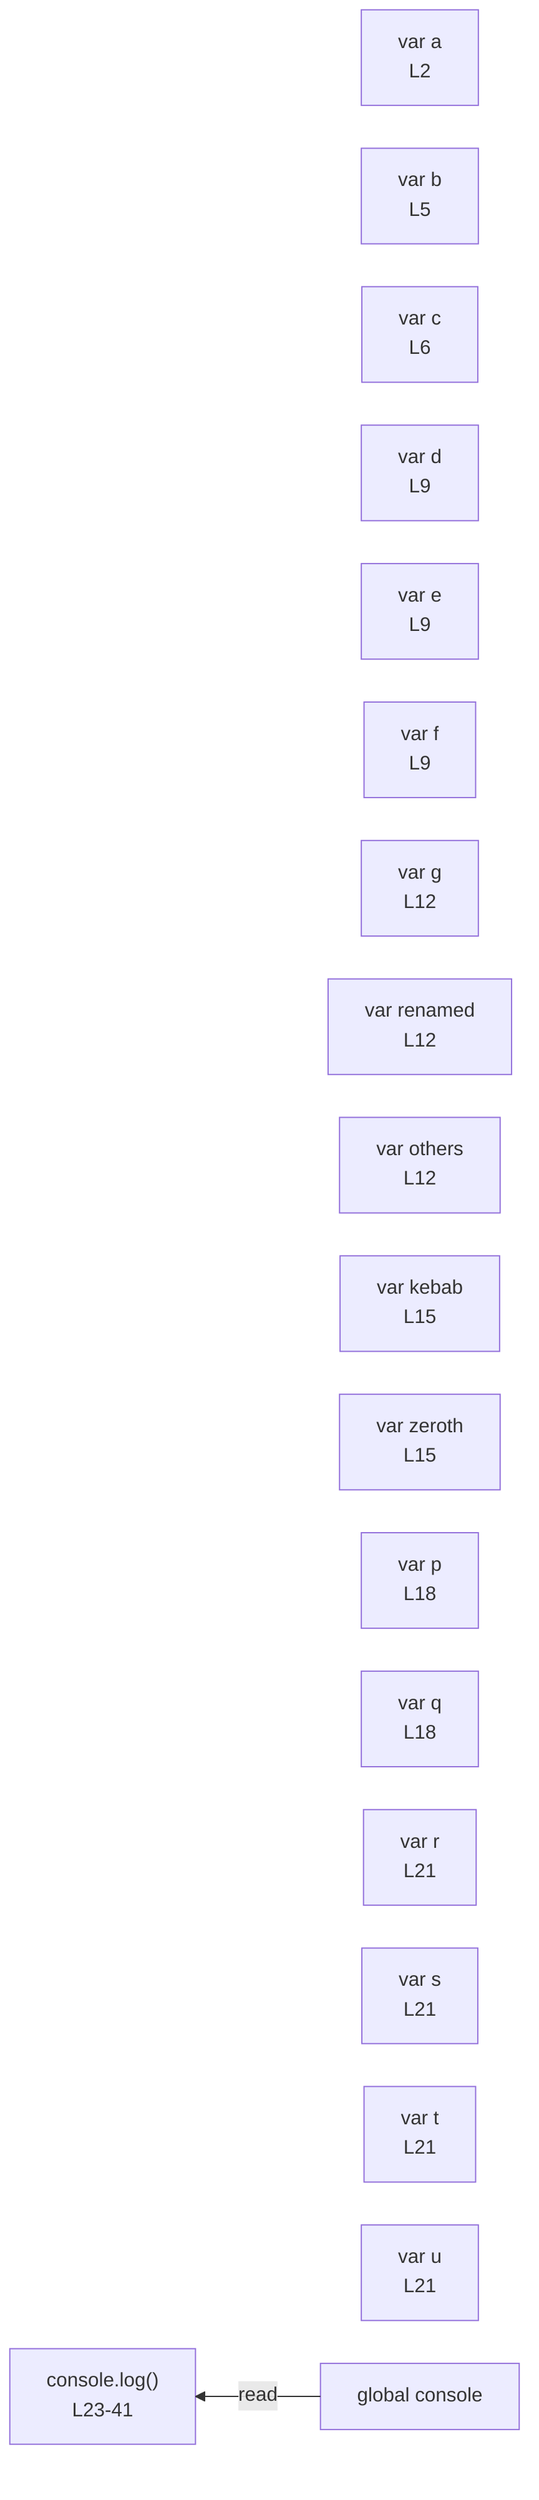
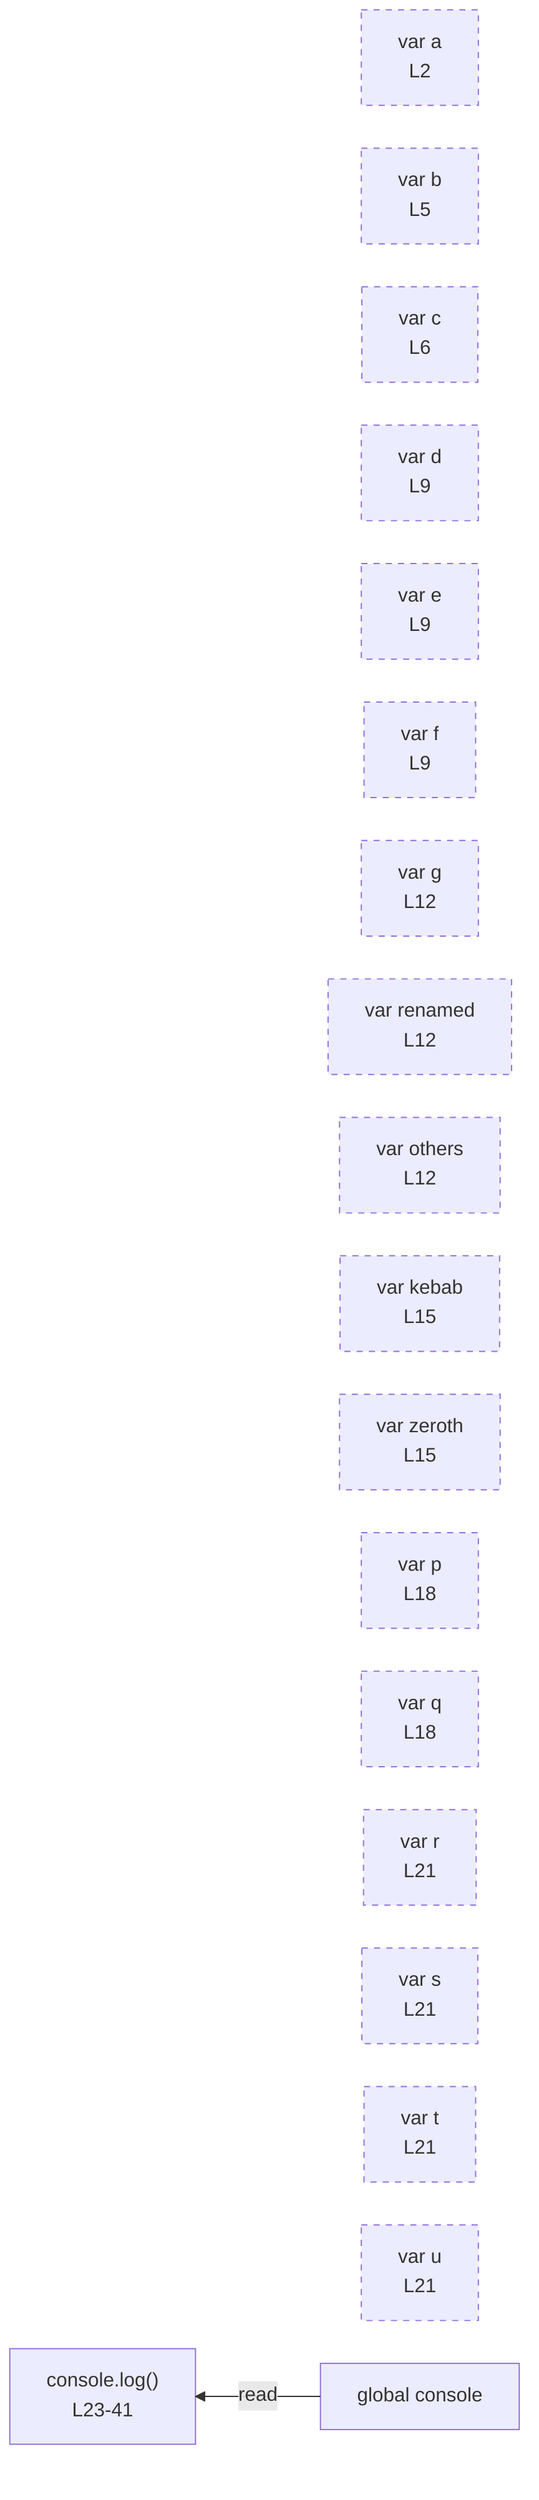
%%{init: {"flowchart": {"defaultRenderer": "elk"}}}%%
flowchart RL
  n_scope_0_a_13["var a<br/>L2"]
  n_scope_0_b_49["var b<br/>L5"]
  n_scope_0_c_58["var c<br/>L6"]
  n_scope_0_d_112["var d<br/>L9"]
  n_scope_0_e_123["var e<br/>L9"]
  n_scope_0_f_129["var f<br/>L9"]
  n_scope_0_g_201["var g<br/>L12"]
  n_scope_0_renamed_207["var renamed<br/>L12"]
  n_scope_0_others_225["var others<br/>L12"]
  n_scope_0_kebab_319["var kebab<br/>L15"]
  n_scope_0_zeroth_329["var zeroth<br/>L15"]
  n_scope_0_p_427["var p<br/>L18"]
  n_scope_0_q_434["var q<br/>L18"]
  n_scope_0_r_508["var r<br/>L21"]
  n_scope_0_s_511["var s<br/>L21"]
  n_scope_0_t_521["var t<br/>L21"]
  n_scope_0_u_524["var u<br/>L21"]
  n_scope_0_console_557["global console"]
  n_scope_0_console_557 -->|read| expr_stmt_557
  expr_stmt_557["console.log()<br/>L23-41"]
+   classDef varNode stroke-dasharray:5 5;
+   class n_scope_0_a_13 varNode;
+   class n_scope_0_b_49 varNode;
+   class n_scope_0_c_58 varNode;
+   class n_scope_0_d_112 varNode;
+   class n_scope_0_e_123 varNode;
+   class n_scope_0_f_129 varNode;
+   class n_scope_0_g_201 varNode;
+   class n_scope_0_renamed_207 varNode;
+   class n_scope_0_others_225 varNode;
+   class n_scope_0_kebab_319 varNode;
+   class n_scope_0_zeroth_329 varNode;
+   class n_scope_0_p_427 varNode;
+   class n_scope_0_q_434 varNode;
+   class n_scope_0_r_508 varNode;
+   class n_scope_0_s_511 varNode;
+   class n_scope_0_t_521 varNode;
+   class n_scope_0_u_524 varNode;
